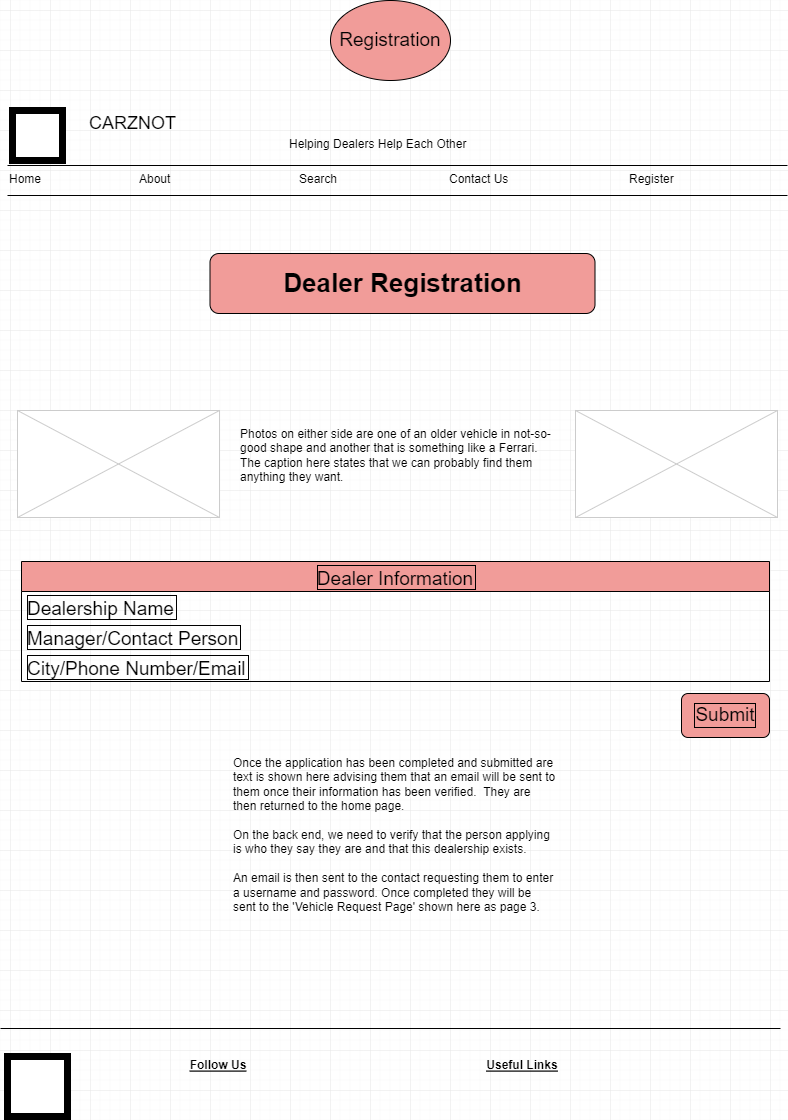
Earlier version of the draw.io export carznot/images/registration-wireframe.png (carznot2/wdd130). Source tidied: cells renumbered, new cells last; positions are measured from the earlier drawing's top-left corner, leaving out a move shared by most shapes. Source of this version:
```xml
<mxGraphModel>
  <root>
    <mxCell id="0" />
    <mxCell id="1" parent="0" />
    <mxCell id="2" value="CARZNOT" style="text;spacingTop=-5;fontSize=18;fontStyle=0;" parent="1" vertex="1">
      <mxGeometry x="87" y="110" width="230" height="20" as="geometry" />
    </mxCell>
    <mxCell id="3" style="line;strokeWidth=1;" parent="1" vertex="1">
      <mxGeometry x="7" y="160" width="780" height="10" as="geometry" />
    </mxCell>
    <mxCell id="4" style="line;strokeWidth=1;" parent="1" vertex="1">
      <mxGeometry x="7" y="190" width="780" height="10" as="geometry" />
    </mxCell>
    <mxCell id="5" value="Home" style="text;spacingTop=-5;" parent="1" vertex="1">
      <mxGeometry x="7" y="170" width="30" height="20" as="geometry" />
    </mxCell>
    <mxCell id="6" value="About" style="text;spacingTop=-5;" parent="1" vertex="1">
      <mxGeometry x="137" y="170" width="30" height="20" as="geometry" />
    </mxCell>
    <mxCell id="7" value="Contact Us" style="text;spacingTop=-5;" parent="1" vertex="1">
      <mxGeometry x="447" y="170" width="30" height="20" as="geometry" />
    </mxCell>
    <mxCell id="8" value="Search" style="text;spacingTop=-5;" parent="1" vertex="1">
      <mxGeometry x="297" y="170" width="30" height="20" as="geometry" />
    </mxCell>
    <mxCell id="9" style="verticalLabelPosition=bottom;verticalAlign=top;strokeWidth=1;shape=mxgraph.mockup.graphics.iconGrid;strokeColor=#CCCCCC;gridSize=1,1;" parent="1" vertex="1">
      <mxGeometry x="17" y="410" width="202" height="107" as="geometry" />
    </mxCell>
    <mxCell id="10" value="Photos on either side are one of an older vehicle in not-so-good shape and another that is something like a Ferrari.  The caption here states that we can probably find them anything they want." style="text;spacingTop=-5;whiteSpace=wrap;align=left;" parent="1" vertex="1">
      <mxGeometry x="238" y="425" width="322" height="70" as="geometry" />
    </mxCell>
    <mxCell id="11" value="Register" style="text;spacingTop=-5;" parent="1" vertex="1">
      <mxGeometry x="627" y="170" width="30" height="20" as="geometry" />
    </mxCell>
    <mxCell id="12" value="Helping Dealers Help Each Other" style="text;spacingTop=-5;" parent="1" vertex="1">
      <mxGeometry x="287" y="135" width="30" height="20" as="geometry" />
    </mxCell>
    <mxCell id="13" style="line;strokeWidth=1;" parent="1" vertex="1">
      <mxGeometry y="1023" width="780" height="10" as="geometry" />
    </mxCell>
    <mxCell id="14" value="Logo" style="text;spacingTop=-5;align=center;" parent="1" vertex="1">
      <mxGeometry x="17" y="1066" width="40" height="40" as="geometry" />
    </mxCell>
    <mxCell id="15" value="Follow Us" style="text;spacingTop=-5;align=center;fontStyle=5;" parent="1" vertex="1">
      <mxGeometry x="198" y="1056" width="40" height="30" as="geometry" />
    </mxCell>
    <mxCell id="16" style="whiteSpace=wrap;html=1;strokeWidth=7;" parent="1" vertex="1">
      <mxGeometry x="7" y="1056" width="60" height="60" as="geometry" />
    </mxCell>
    <mxCell id="17" style="whiteSpace=wrap;html=1;strokeWidth=7;" parent="1" vertex="1">
      <mxGeometry x="12" y="110" width="50" height="50" as="geometry" />
    </mxCell>
    <mxCell id="18" value="Useful Links" style="text;spacingTop=-5;align=center;fontStyle=5;" parent="1" vertex="1">
      <mxGeometry x="502" y="1056" width="40" height="30" as="geometry" />
    </mxCell>
    <mxCell id="19" value="&lt;font style=&quot;font-size: 19px;&quot;&gt;Registration&lt;br&gt;&lt;/font&gt;" style="ellipse;whiteSpace=wrap;html=1;fillColor=#F19C99;" parent="1" vertex="1">
      <mxGeometry x="330" width="120" height="80" as="geometry" />
    </mxCell>
    <mxCell id="20" value="Dealer Registration" style="rounded=1;whiteSpace=wrap;html=1;fontSize=26;fillColor=#F19C99;fontStyle=1;" parent="1" vertex="1">
      <mxGeometry x="209.5" y="253" width="385" height="60" as="geometry" />
    </mxCell>
    <mxCell id="21" style="verticalLabelPosition=bottom;verticalAlign=top;strokeWidth=1;shape=mxgraph.mockup.graphics.iconGrid;strokeColor=#CCCCCC;gridSize=1,1;" parent="1" vertex="1">
      <mxGeometry x="575" y="410" width="202" height="107" as="geometry" />
    </mxCell>
    <mxCell id="22" value="Dealer Information" style="swimlane;fontStyle=0;horizontal=1;startSize=30;labelBorderColor=default;fontSize=19;fillColor=#F19C99;" parent="1" vertex="1">
      <mxGeometry x="21" y="561" width="748" height="120" as="geometry" />
    </mxCell>
    <mxCell id="23" value="Dealership Name" style="text;strokeColor=none;fillColor=none;align=left;verticalAlign=middle;spacingLeft=4;spacingRight=4;overflow=hidden;labelBorderColor=default;fontSize=19;" parent="22" vertex="1">
      <mxGeometry y="30" width="748" height="30" as="geometry" />
    </mxCell>
    <mxCell id="24" value="Manager/Contact Person" style="text;strokeColor=none;fillColor=none;align=left;verticalAlign=middle;spacingLeft=4;spacingRight=4;overflow=hidden;labelBorderColor=default;fontSize=19;" parent="22" vertex="1">
      <mxGeometry y="60" width="748" height="30" as="geometry" />
    </mxCell>
    <mxCell id="25" value="City/Phone Number/Email" style="text;strokeColor=none;fillColor=none;align=left;verticalAlign=middle;spacingLeft=4;spacingRight=4;overflow=hidden;labelBorderColor=default;fontSize=19;" parent="22" vertex="1">
      <mxGeometry y="90" width="748" height="30" as="geometry" />
    </mxCell>
    <mxCell id="26" value="Once the application has been completed and submitted are text is shown here advising them that an email will be sent to them once their information has been verified.  They are then returned to the home page.&#10;&#10;On the back end, we need to verify that the person applying is who they say they are and that this dealership exists.&#10;&#10;An email is then sent to the contact requesting them to enter a username and password. Once completed they will be sent to the 'Vehicle Request Page' shown here as page 3.&#10;&#10;" style="text;spacingTop=-5;whiteSpace=wrap;align=left;" parent="1" vertex="1">
      <mxGeometry x="231" y="754" width="326" height="159" as="geometry" />
    </mxCell>
    <mxCell id="27" value="Submit" style="rounded=1;whiteSpace=wrap;html=1;labelBorderColor=default;fontSize=19;fillColor=#F19C99;" parent="1" vertex="1">
      <mxGeometry x="681" y="693" width="88" height="44" as="geometry" />
    </mxCell>
  </root>
</mxGraphModel>
```
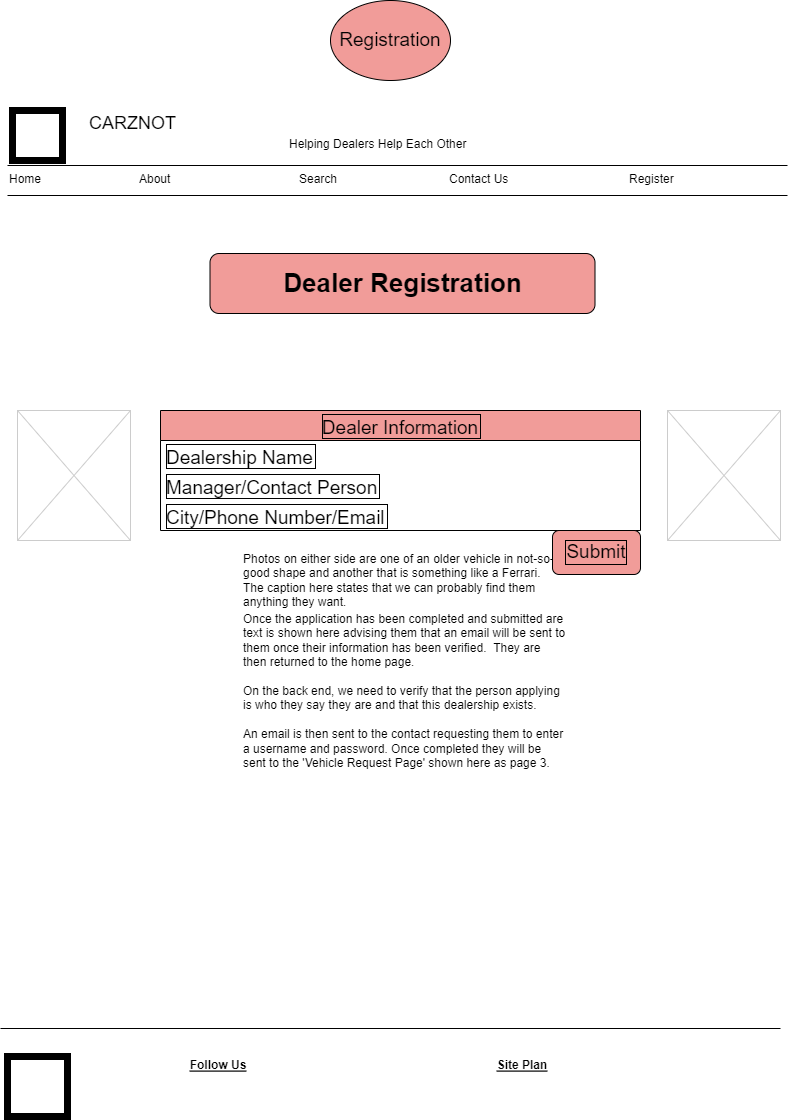
Later version of the same file.

Change to the diagram source:
```diff
@@ -24,10 +24,10 @@
       <mxGeometry x="297" y="170" width="30" height="20" as="geometry" />
     </mxCell>
     <mxCell id="9" style="verticalLabelPosition=bottom;verticalAlign=top;strokeWidth=1;shape=mxgraph.mockup.graphics.iconGrid;strokeColor=#CCCCCC;gridSize=1,1;" parent="1" vertex="1">
-      <mxGeometry x="17" y="410" width="202" height="107" as="geometry" />
+      <mxGeometry x="17" y="410" width="113" height="130" as="geometry" />
     </mxCell>
     <mxCell id="10" value="Photos on either side are one of an older vehicle in not-so-good shape and another that is something like a Ferrari.  The caption here states that we can probably find them anything they want." style="text;spacingTop=-5;whiteSpace=wrap;align=left;" parent="1" vertex="1">
-      <mxGeometry x="238" y="425" width="322" height="70" as="geometry" />
+      <mxGeometry x="241" y="550" width="322" height="70" as="geometry" />
     </mxCell>
     <mxCell id="11" value="Register" style="text;spacingTop=-5;" parent="1" vertex="1">
       <mxGeometry x="627" y="170" width="30" height="20" as="geometry" />
@@ -50,7 +50,7 @@
     <mxCell id="17" style="whiteSpace=wrap;html=1;strokeWidth=7;" parent="1" vertex="1">
       <mxGeometry x="12" y="110" width="50" height="50" as="geometry" />
     </mxCell>
-    <mxCell id="18" value="Useful Links" style="text;spacingTop=-5;align=center;fontStyle=5;" parent="1" vertex="1">
+    <mxCell id="18" value="Site Plan" style="text;spacingTop=-5;align=center;fontStyle=5;" parent="1" vertex="1">
       <mxGeometry x="502" y="1056" width="40" height="30" as="geometry" />
     </mxCell>
     <mxCell id="19" value="&lt;font style=&quot;font-size: 19px;&quot;&gt;Registration&lt;br&gt;&lt;/font&gt;" style="ellipse;whiteSpace=wrap;html=1;fillColor=#F19C99;" parent="1" vertex="1">
@@ -59,26 +59,26 @@
     <mxCell id="20" value="Dealer Registration" style="rounded=1;whiteSpace=wrap;html=1;fontSize=26;fillColor=#F19C99;fontStyle=1;" parent="1" vertex="1">
       <mxGeometry x="209.5" y="253" width="385" height="60" as="geometry" />
     </mxCell>
-    <mxCell id="21" style="verticalLabelPosition=bottom;verticalAlign=top;strokeWidth=1;shape=mxgraph.mockup.graphics.iconGrid;strokeColor=#CCCCCC;gridSize=1,1;" parent="1" vertex="1">
-      <mxGeometry x="575" y="410" width="202" height="107" as="geometry" />
-    </mxCell>
     <mxCell id="22" value="Dealer Information" style="swimlane;fontStyle=0;horizontal=1;startSize=30;labelBorderColor=default;fontSize=19;fillColor=#F19C99;" parent="1" vertex="1">
-      <mxGeometry x="21" y="561" width="748" height="120" as="geometry" />
+      <mxGeometry x="160" y="410" width="480" height="120" as="geometry" />
     </mxCell>
     <mxCell id="23" value="Dealership Name" style="text;strokeColor=none;fillColor=none;align=left;verticalAlign=middle;spacingLeft=4;spacingRight=4;overflow=hidden;labelBorderColor=default;fontSize=19;" parent="22" vertex="1">
-      <mxGeometry y="30" width="748" height="30" as="geometry" />
+      <mxGeometry y="30" width="480" height="30" as="geometry" />
     </mxCell>
     <mxCell id="24" value="Manager/Contact Person" style="text;strokeColor=none;fillColor=none;align=left;verticalAlign=middle;spacingLeft=4;spacingRight=4;overflow=hidden;labelBorderColor=default;fontSize=19;" parent="22" vertex="1">
-      <mxGeometry y="60" width="748" height="30" as="geometry" />
+      <mxGeometry y="60" width="480" height="30" as="geometry" />
     </mxCell>
     <mxCell id="25" value="City/Phone Number/Email" style="text;strokeColor=none;fillColor=none;align=left;verticalAlign=middle;spacingLeft=4;spacingRight=4;overflow=hidden;labelBorderColor=default;fontSize=19;" parent="22" vertex="1">
-      <mxGeometry y="90" width="748" height="30" as="geometry" />
+      <mxGeometry y="90" width="480" height="30" as="geometry" />
     </mxCell>
     <mxCell id="26" value="Once the application has been completed and submitted are text is shown here advising them that an email will be sent to them once their information has been verified.  They are then returned to the home page.&#10;&#10;On the back end, we need to verify that the person applying is who they say they are and that this dealership exists.&#10;&#10;An email is then sent to the contact requesting them to enter a username and password. Once completed they will be sent to the 'Vehicle Request Page' shown here as page 3.&#10;&#10;" style="text;spacingTop=-5;whiteSpace=wrap;align=left;" parent="1" vertex="1">
-      <mxGeometry x="231" y="754" width="326" height="159" as="geometry" />
+      <mxGeometry x="241" y="610" width="326" height="159" as="geometry" />
     </mxCell>
     <mxCell id="27" value="Submit" style="rounded=1;whiteSpace=wrap;html=1;labelBorderColor=default;fontSize=19;fillColor=#F19C99;" parent="1" vertex="1">
-      <mxGeometry x="681" y="693" width="88" height="44" as="geometry" />
+      <mxGeometry x="552" y="530" width="88" height="44" as="geometry" />
     </mxCell>
+    <mxCell id="28" style="verticalLabelPosition=bottom;verticalAlign=top;strokeWidth=1;shape=mxgraph.mockup.graphics.iconGrid;strokeColor=#CCCCCC;gridSize=1,1;" parent="1" vertex="1">
+      <mxGeometry x="667" y="410" width="113" height="130" as="geometry" />
+    </mxCell>
   </root>
 </mxGraphModel>
```
